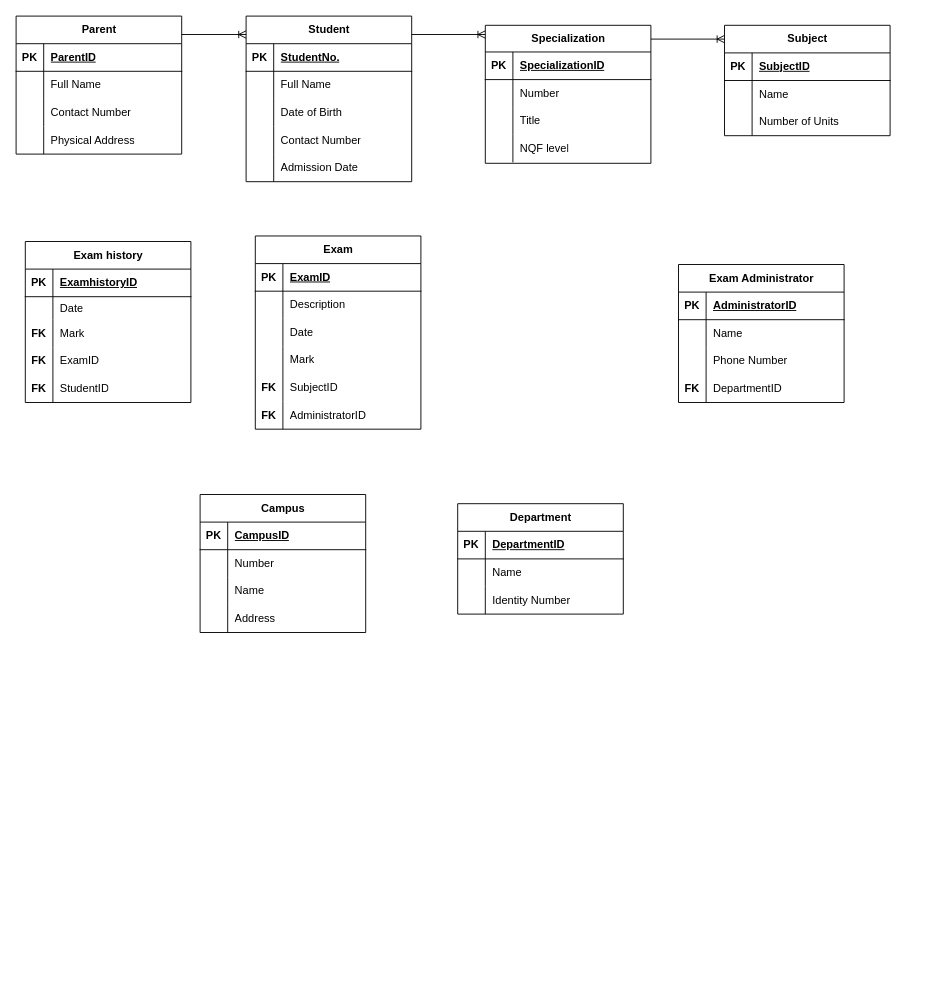
Earlier version of the draw.io diagram page "Copy of Page-1" (2 of 2) of Untitled Diagram.drawio (yamkela234/Simple-Calculator). Source tidied: cells renumbered, new cells numbered last; positions are measured from the earlier drawing's top-left corner, leaving out a move shared by most shapes. Both pictures are drawn from the tidied source at 92%, with x=0, y=0 at pixel (16, 16).
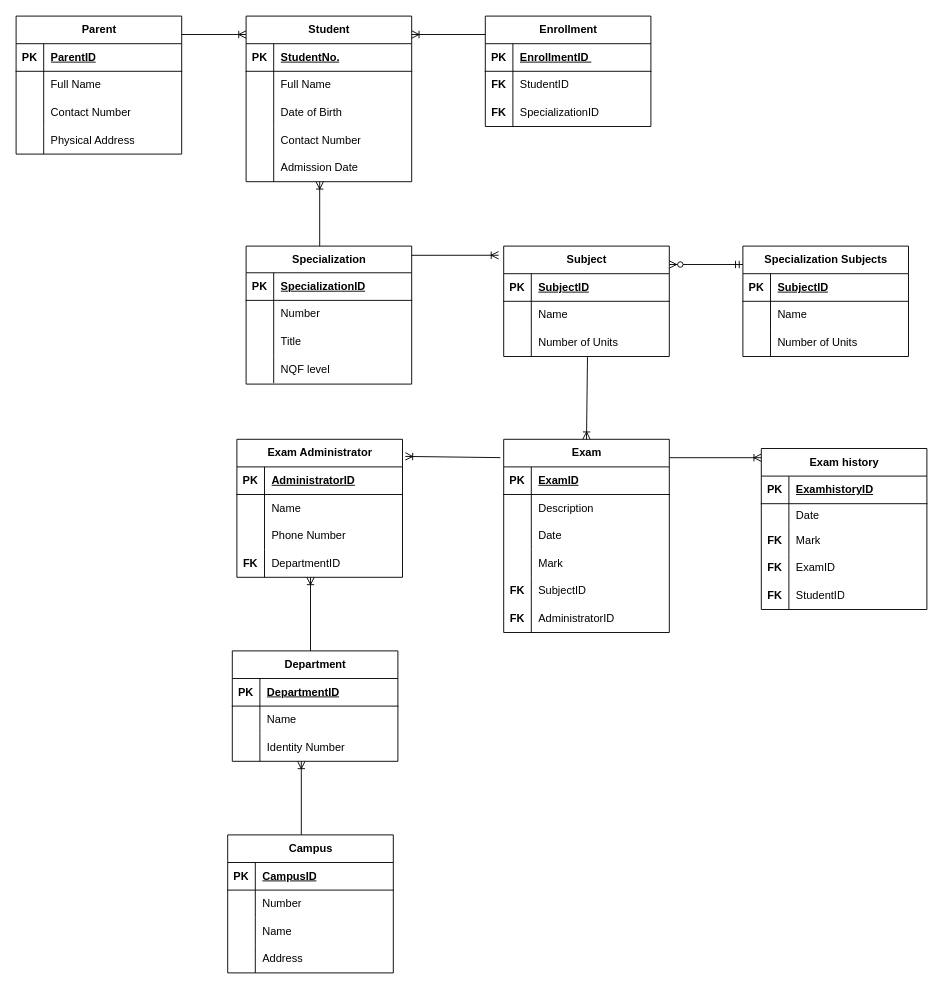
After the change.

The change refers to these unchanged cells:
```xml
<mxCell id="51" style="shape=tableRow;horizontal=0;startSize=0;swimlaneHead=0;swimlaneBody=0;fillColor=none;points=[[0,0.5],[1,0.5]];portConstraint=eastwest;top=0;left=0;right=0;bottom=0;" parent="44" vertex="1">
  <mxGeometry y="90" width="180" height="30" as="geometry" />
</mxCell>
```

The edit, as a diff of the source:
```diff
@@
     <mxCell id="31" value="Specialization" style="shape=table;startSize=29;childLayout=tableLayout;rowLines=0;fontStyle=1;align=center;html=1;" parent="1" vertex="1">
-      <mxGeometry x="510" y="10" width="180" height="150" as="geometry" />
+      <mxGeometry x="250" y="250" width="180" height="150" as="geometry" />
     </mxCell>
@@
     <mxCell id="44" value="Subject" style="shape=table;startSize=30;childLayout=tableLayout;rowLines=0;fontStyle=1;align=center;html=1;" parent="1" vertex="1">
-      <mxGeometry x="770" y="10" width="180" height="120" as="geometry" />
+      <mxGeometry x="530" y="250" width="180" height="120" as="geometry" />
     </mxCell>
@@
     <mxCell id="54" value="Exam" style="shape=table;startSize=30;childLayout=tableLayout;rowLines=0;fontStyle=1;align=center;html=1;" parent="1" vertex="1">
-      <mxGeometry x="260" y="239" width="180" height="210" as="geometry" />
+      <mxGeometry x="530" y="460" width="180" height="210" as="geometry" />
     </mxCell>
@@
     <mxCell id="73" value="Exam history" style="shape=table;startSize=30;childLayout=tableLayout;rowLines=0;fontStyle=1;align=center;html=1;" parent="1" vertex="1">
-      <mxGeometry x="10" y="245" width="180" height="175" as="geometry" />
+      <mxGeometry x="810" y="470" width="180" height="175" as="geometry" />
     </mxCell>
@@
     <mxCell id="89" value="Exam Administrator" style="shape=table;startSize=30;childLayout=tableLayout;rowLines=0;fontStyle=1;align=center;html=1;" parent="1" vertex="1">
-      <mxGeometry x="720" y="270" width="180" height="150" as="geometry" />
+      <mxGeometry x="240" y="460" width="180" height="150" as="geometry" />
     </mxCell>
@@
     <mxCell id="102" value="Department" style="shape=table;startSize=30;childLayout=tableLayout;rowLines=0;fontStyle=1;align=center;html=1;" parent="1" vertex="1">
-      <mxGeometry x="480" y="530" width="180" height="120" as="geometry" />
+      <mxGeometry x="235" y="690" width="180" height="120" as="geometry" />
     </mxCell>
@@
     <mxCell id="112" value="Campus" style="shape=table;startSize=30;childLayout=tableLayout;rowLines=0;fontStyle=1;align=center;html=1;" parent="1" vertex="1">
-      <mxGeometry x="200" y="520" width="180" height="150" as="geometry" />
+      <mxGeometry x="230" y="890" width="180" height="150" as="geometry" />
     </mxCell>
@@
-    <mxCell id="125" style="fontSize=12;html=1;endArrow=ERoneToMany;rounded=0;" parent="1" edge="1">
-      <mxGeometry relative="1" as="geometry">
-        <mxPoint x="430" y="20" as="sourcePoint" />
-        <mxPoint x="510" y="20" as="targetPoint" />
-      </mxGeometry>
-    </mxCell>
-    <mxCell id="126" style="fontSize=12;html=1;endArrow=ERoneToMany;rounded=0;" parent="1" edge="1">
-      <mxGeometry relative="1" as="geometry">
-        <mxPoint x="690" y="25" as="sourcePoint" />
-        <mxPoint x="770" y="25" as="targetPoint" />
-      </mxGeometry>
-    </mxCell>
@@
+    <mxCell id="128" value="Enrollment" style="shape=table;startSize=30;childLayout=tableLayout;rowLines=0;fontStyle=1;align=center;html=1;" parent="1" vertex="1">
+      <mxGeometry x="510" width="180" height="120" as="geometry" />
+    </mxCell>
+    <mxCell id="129" style="shape=tableRow;horizontal=0;startSize=0;swimlaneHead=0;swimlaneBody=0;fillColor=none;top=0;left=0;right=0;bottom=1;" parent="128" vertex="1">
+      <mxGeometry y="30" width="180" height="30" as="geometry" />
+    </mxCell>
+    <mxCell id="130" value="PK" style="shape=partialRectangle;fillColor=none;top=0;left=0;bottom=0;right=0;fontStyle=1;overflow=hidden;whiteSpace=wrap;html=1;" parent="129" vertex="1">
+      <mxGeometry width="30" height="30" as="geometry" />
+    </mxCell>
+    <mxCell id="131" value="EnrollmentID&amp;nbsp;" style="shape=partialRectangle;fillColor=none;top=0;left=0;bottom=0;right=0;align=left;spacingLeft=6;fontStyle=5;overflow=hidden;whiteSpace=wrap;html=1;" parent="129" vertex="1">
+      <mxGeometry x="30" width="150" height="30" as="geometry" />
+    </mxCell>
+    <mxCell id="132" style="shape=tableRow;horizontal=0;startSize=0;swimlaneHead=0;swimlaneBody=0;fillColor=none;top=0;left=0;right=0;bottom=0;" parent="128" vertex="1">
+      <mxGeometry y="60" width="180" height="30" as="geometry" />
+    </mxCell>
+    <mxCell id="133" value="&lt;b&gt;FK&lt;/b&gt;" style="shape=partialRectangle;fillColor=none;top=0;left=0;bottom=0;right=0;overflow=hidden;whiteSpace=wrap;html=1;" parent="132" vertex="1">
+      <mxGeometry width="30" height="30" as="geometry" />
+    </mxCell>
+    <mxCell id="134" value="StudentID" style="shape=partialRectangle;fillColor=none;top=0;left=0;bottom=0;right=0;align=left;spacingLeft=6;overflow=hidden;whiteSpace=wrap;html=1;" parent="132" vertex="1">
+      <mxGeometry x="30" width="150" height="30" as="geometry" />
+    </mxCell>
+    <mxCell id="135" style="shape=tableRow;horizontal=0;startSize=0;swimlaneHead=0;swimlaneBody=0;fillColor=none;top=0;left=0;right=0;bottom=0;" parent="128" vertex="1">
+      <mxGeometry y="90" width="180" height="30" as="geometry" />
+    </mxCell>
+    <mxCell id="136" value="&lt;b&gt;FK&lt;/b&gt;" style="shape=partialRectangle;fillColor=none;top=0;left=0;bottom=0;right=0;overflow=hidden;whiteSpace=wrap;html=1;" parent="135" vertex="1">
+      <mxGeometry width="30" height="30" as="geometry" />
+    </mxCell>
+    <mxCell id="137" value="SpecializationID" style="shape=partialRectangle;fillColor=none;top=0;left=0;bottom=0;right=0;align=left;spacingLeft=6;overflow=hidden;whiteSpace=wrap;html=1;" parent="135" vertex="1">
+      <mxGeometry x="30" width="150" height="30" as="geometry" />
+    </mxCell>
+    <mxCell id="138" style="fontSize=12;html=1;endArrow=ERoneToMany;rounded=0;" parent="1" edge="1">
+      <mxGeometry relative="1" as="geometry">
+        <mxPoint x="510" y="20" as="sourcePoint" />
+        <mxPoint x="430" y="20" as="targetPoint" />
+      </mxGeometry>
+    </mxCell>
+    <mxCell id="139" style="fontSize=12;html=1;endArrow=ERoneToMany;rounded=0;" parent="1" edge="1">
+      <mxGeometry relative="1" as="geometry">
+        <mxPoint x="330" y="250" as="sourcePoint" />
+        <mxPoint x="330" y="180" as="targetPoint" />
+      </mxGeometry>
+    </mxCell>
+    <mxCell id="140" style="fontSize=12;html=1;endArrow=ERoneToMany;rounded=0;entryX=-0.031;entryY=0.083;entryDx=0;entryDy=0;entryPerimeter=0;" parent="1" edge="1" target="44">
+      <mxGeometry relative="1" as="geometry">
+        <mxPoint x="430" y="260" as="sourcePoint" />
+      </mxGeometry>
+    </mxCell>
+    <mxCell id="141" value="Specialization Subjects" style="shape=table;startSize=30;childLayout=tableLayout;rowLines=0;fontStyle=1;align=center;html=1;" parent="1" vertex="1">
+      <mxGeometry x="790" y="250" width="180" height="120" as="geometry" />
+    </mxCell>
+    <mxCell id="142" style="shape=tableRow;horizontal=0;startSize=0;swimlaneHead=0;swimlaneBody=0;fillColor=none;top=0;left=0;right=0;bottom=1;" parent="141" vertex="1">
+      <mxGeometry y="30" width="180" height="30" as="geometry" />
+    </mxCell>
+    <mxCell id="143" value="PK" style="shape=partialRectangle;fillColor=none;top=0;left=0;bottom=0;right=0;fontStyle=1;overflow=hidden;whiteSpace=wrap;html=1;" parent="142" vertex="1">
+      <mxGeometry width="30" height="30" as="geometry" />
+    </mxCell>
+    <mxCell id="144" value="SubjectID" style="shape=partialRectangle;fillColor=none;top=0;left=0;bottom=0;right=0;align=left;spacingLeft=6;fontStyle=5;overflow=hidden;whiteSpace=wrap;html=1;" parent="142" vertex="1">
+      <mxGeometry x="30" width="150" height="30" as="geometry" />
+    </mxCell>
+    <mxCell id="145" style="shape=tableRow;horizontal=0;startSize=0;swimlaneHead=0;swimlaneBody=0;fillColor=none;top=0;left=0;right=0;bottom=0;" parent="141" vertex="1">
+      <mxGeometry y="60" width="180" height="30" as="geometry" />
+    </mxCell>
+    <mxCell id="146" style="shape=partialRectangle;fillColor=none;top=0;left=0;bottom=0;right=0;overflow=hidden;whiteSpace=wrap;html=1;" parent="145" vertex="1">
+      <mxGeometry width="30" height="30" as="geometry" />
+    </mxCell>
+    <mxCell id="147" value="Name" style="shape=partialRectangle;fillColor=none;top=0;left=0;bottom=0;right=0;align=left;spacingLeft=6;overflow=hidden;whiteSpace=wrap;html=1;" parent="145" vertex="1">
+      <mxGeometry x="30" width="150" height="30" as="geometry" />
+    </mxCell>
+    <mxCell id="148" style="shape=tableRow;horizontal=0;startSize=0;swimlaneHead=0;swimlaneBody=0;fillColor=none;top=0;left=0;right=0;bottom=0;" parent="141" vertex="1">
+      <mxGeometry y="90" width="180" height="30" as="geometry" />
+    </mxCell>
+    <mxCell id="149" style="shape=partialRectangle;fillColor=none;top=0;left=0;bottom=0;right=0;overflow=hidden;whiteSpace=wrap;html=1;" parent="148" vertex="1">
+      <mxGeometry width="30" height="30" as="geometry" />
+    </mxCell>
+    <mxCell id="150" value="Number of Units" style="shape=partialRectangle;fillColor=none;top=0;left=0;bottom=0;right=0;align=left;spacingLeft=6;overflow=hidden;whiteSpace=wrap;html=1;" parent="148" vertex="1">
+      <mxGeometry x="30" width="150" height="30" as="geometry" />
+    </mxCell>
+    <mxCell id="151" style="fontSize=12;html=1;endArrow=ERzeroToMany;startArrow=ERmandOne;rounded=0;" parent="1" edge="1">
+      <mxGeometry relative="1" as="geometry">
+        <mxPoint x="790" y="270" as="sourcePoint" />
+        <mxPoint x="710" y="270" as="targetPoint" />
+      </mxGeometry>
+    </mxCell>
+    <mxCell id="152" style="fontSize=12;html=1;endArrow=ERoneToMany;rounded=0;entryX=0.5;entryY=0;entryDx=0;entryDy=0;exitX=0.506;exitY=1.022;exitDx=0;exitDy=0;exitPerimeter=0;" parent="1" edge="1" source="51" target="54">
+      <mxGeometry relative="1" as="geometry" />
+    </mxCell>
+    <mxCell id="153" style="fontSize=12;html=1;endArrow=ERoneToMany;rounded=0;exitX=-0.02;exitY=0.095;exitDx=0;exitDy=0;exitPerimeter=0;entryX=1.017;entryY=0.124;entryDx=0;entryDy=0;entryPerimeter=0;" parent="1" edge="1" source="54" target="89">
+      <mxGeometry relative="1" as="geometry" />
+    </mxCell>
+    <mxCell id="154" style="fontSize=12;html=1;endArrow=ERoneToMany;rounded=0;" parent="1" edge="1">
+      <mxGeometry relative="1" as="geometry">
+        <mxPoint x="710" y="480" as="sourcePoint" />
+        <mxPoint x="810" y="480" as="targetPoint" />
+      </mxGeometry>
+    </mxCell>
+    <mxCell id="155" style="fontSize=12;html=1;endArrow=ERoneToMany;rounded=0;" parent="1" edge="1">
+      <mxGeometry relative="1" as="geometry">
+        <mxPoint x="320" y="690" as="sourcePoint" />
+        <mxPoint x="320" y="610" as="targetPoint" />
+      </mxGeometry>
+    </mxCell>
+    <mxCell id="156" style="fontSize=12;html=1;endArrow=ERoneToMany;rounded=0;" parent="1" edge="1">
+      <mxGeometry relative="1" as="geometry">
+        <mxPoint x="310" y="890" as="sourcePoint" />
+        <mxPoint x="310" y="810" as="targetPoint" />
+      </mxGeometry>
+    </mxCell>
```
